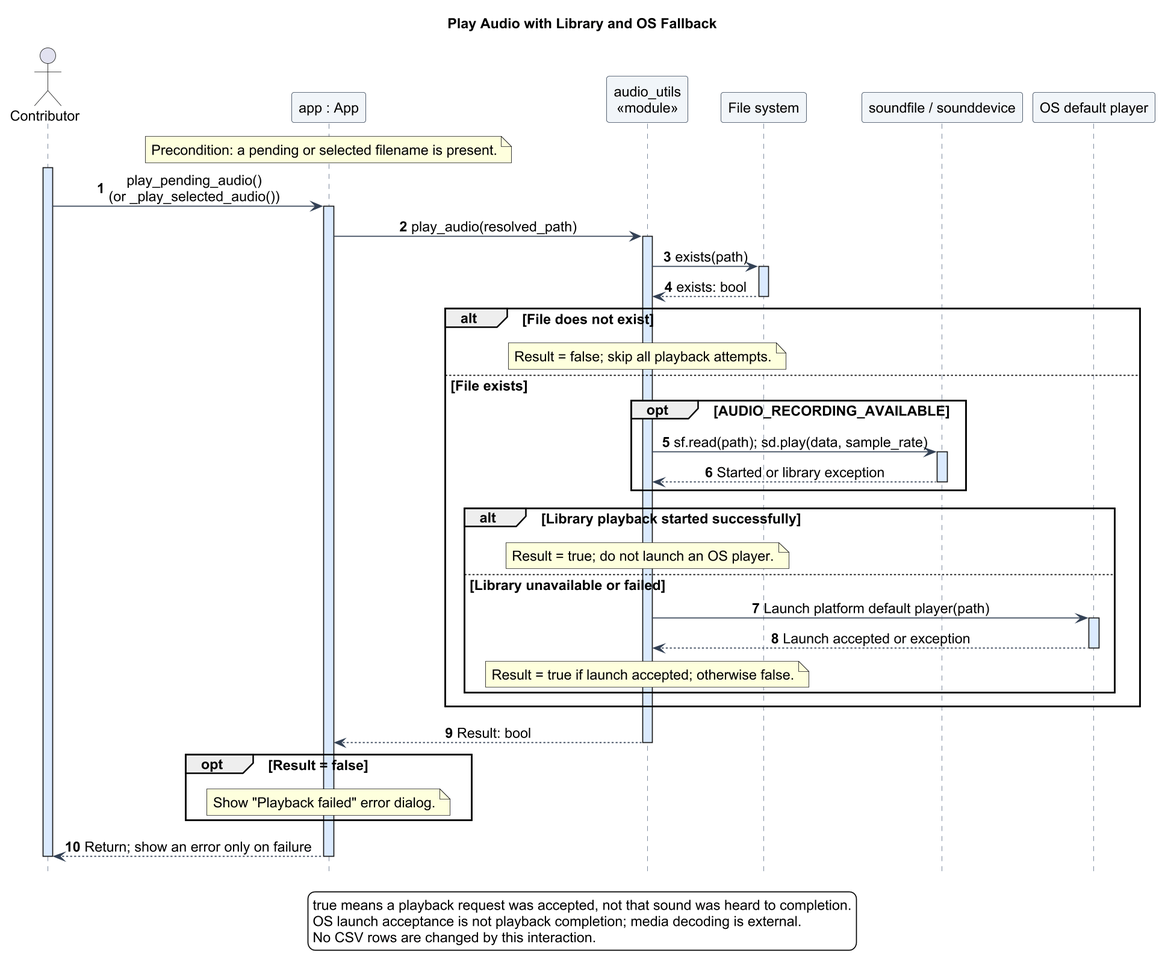
Before: docs/diagrams/sequence-playback.png, a diagram exported from PlantUML (Suraku237/francanglaiscompiler).
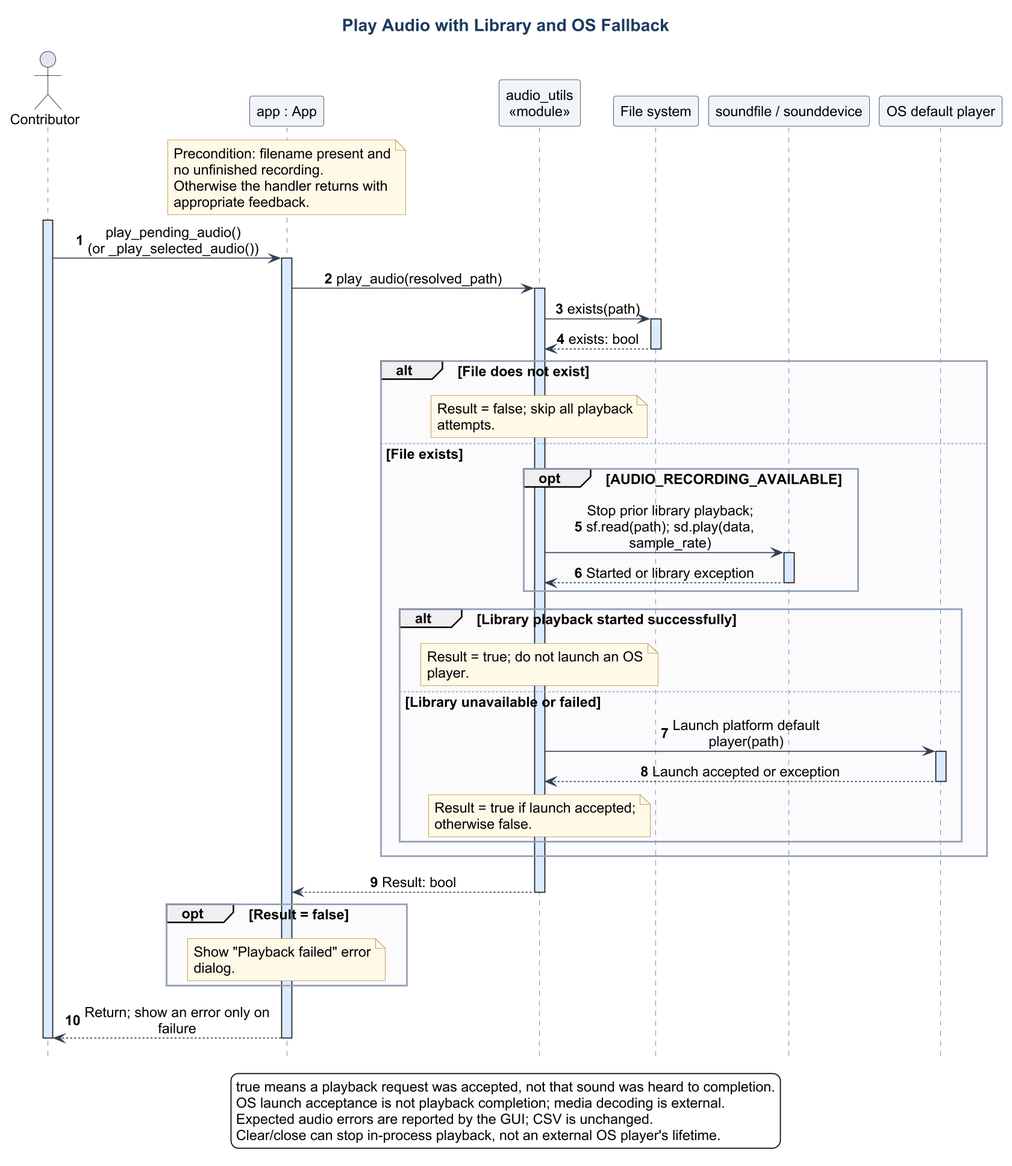
After the change.

Change to the diagram source:
```diff
@@ -10,7 +10,7 @@
 participant "soundfile / sounddevice" as Backend
 participant "OS default player" as OS
 
-note over App : Precondition: a pending or selected filename is present.
+note over App : Precondition: filename present and no unfinished recording.\nOtherwise the handler returns with appropriate feedback.
 activate Contributor
 Contributor -> App : play_pending_audio()\n(or _play_selected_audio())
 activate App
@@ -24,7 +24,7 @@
   note over Audio : Result = false; skip all playback attempts.
 else File exists
   opt AUDIO_RECORDING_AVAILABLE
-    Audio -> Backend : sf.read(path); sd.play(data, sample_rate)
+    Audio -> Backend : Stop prior library playback;\nsf.read(path); sd.play(data, sample_rate)
     activate Backend
     Backend --> Audio : Started or library exception
     deactivate Backend
@@ -50,6 +50,7 @@
 legend bottom
   true means a playback request was accepted, not that sound was heard to completion.
   OS launch acceptance is not playback completion; media decoding is external.
-  No CSV rows are changed by this interaction.
+  Expected audio errors are reported by the GUI; CSV is unchanged.
+  Clear/close can stop in-process playback, not an external OS player's lifetime.
 endlegend
 @enduml
```
